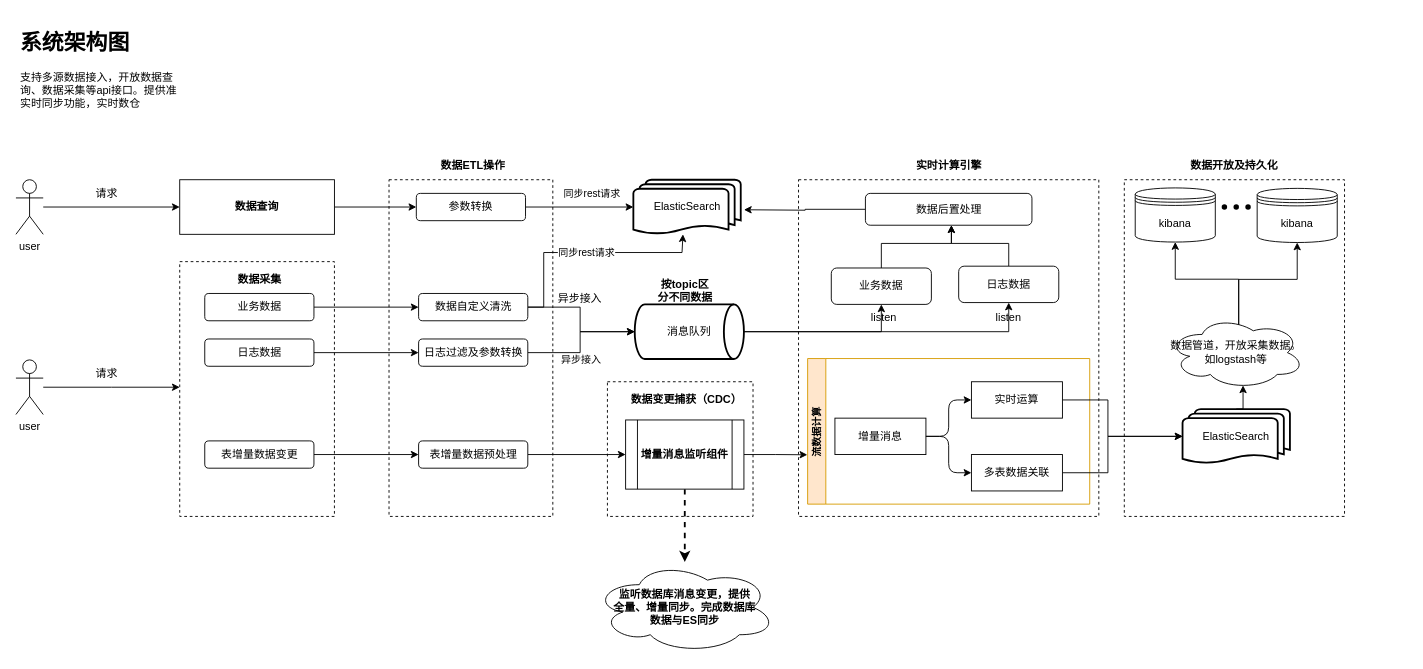
The draw.io diagram 绘图文件/cims-elasticSearch全流程.drawio in NjuptMei/DrowIo, before the edit. Source tidied: cells renumbered, new cells numbered last; positions are measured from the earlier drawing's top-left corner, leaving out a move shared by most shapes. Both pictures are drawn from the tidied source at 91%, with x=0, y=0 at pixel (15, 25).
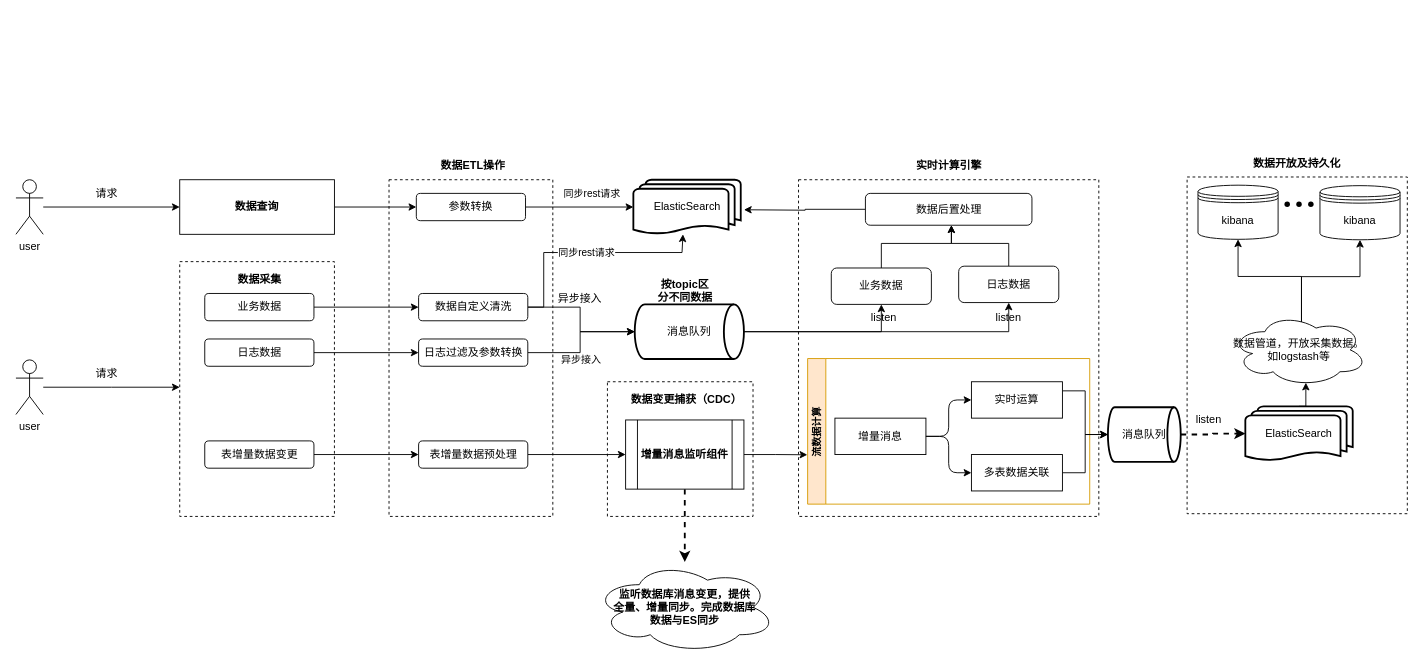
The same page after the edit.

Commit message (it also covers changes not shown here):
更新cims-elasticSearch全流程.drawio

The change refers to these unchanged cells:
```xml
<mxCell id="56" value="实时运算" style="whiteSpace=wrap;html=1;" parent="1" vertex="1">
  <mxGeometry x="1050" y="392" width="100" height="40" as="geometry" />
</mxCell>
<mxCell id="59" value="多表数据关联" style="whiteSpace=wrap;html=1;" parent="1" vertex="1">
  <mxGeometry x="1050" y="472" width="100" height="40" as="geometry" />
</mxCell>
```

Diff of the diagram source:
```diff
@@
     <mxCell id="2" style="rounded=0;whiteSpace=wrap;html=1;dashed=1;" parent="1" vertex="1">
-      <mxGeometry x="1218" y="170" width="242" height="370" as="geometry" />
+      <mxGeometry x="1287" y="167" width="242" height="370" as="geometry" />
     </mxCell>
@@
-    <mxCell id="55" style="edgeStyle=orthogonalEdgeStyle;rounded=0;jettySize=auto;html=1;exitX=1;exitY=0.5;exitDx=0;exitDy=0;entryX=0;entryY=0.5;entryDx=0;entryDy=0;entryPerimeter=0;" parent="1" edge="1" source="56" target="62">
-      <mxGeometry relative="1" as="geometry">
-        <Array as="points">
-          <mxPoint x="1200" y="412" />
-          <mxPoint x="1200" y="452" />
-        </Array>
-      </mxGeometry>
-    </mxCell>
+    <mxCell id="75" style="edgeStyle=orthogonalEdgeStyle;rounded=0;jettySize=auto;html=1;exitX=1;exitY=0.25;exitDx=0;exitDy=0;entryX=0;entryY=0.5;entryDx=0;entryDy=0;entryPerimeter=0;" parent="1" edge="1" source="56" target="78">
+      <mxGeometry relative="1" as="geometry" />
+    </mxCell>
@@
-    <mxCell id="58" style="edgeStyle=orthogonalEdgeStyle;rounded=0;jettySize=auto;html=1;exitX=1;exitY=0.5;exitDx=0;exitDy=0;entryX=0;entryY=0.5;entryDx=0;entryDy=0;entryPerimeter=0;" parent="1" edge="1" source="59" target="62">
-      <mxGeometry relative="1" as="geometry">
-        <Array as="points">
-          <mxPoint x="1200" y="492" />
-          <mxPoint x="1200" y="452" />
-        </Array>
-      </mxGeometry>
-    </mxCell>
+    <mxCell id="76" style="edgeStyle=orthogonalEdgeStyle;rounded=0;jettySize=auto;html=1;exitX=1;exitY=0.5;exitDx=0;exitDy=0;entryX=0;entryY=0.5;entryDx=0;entryDy=0;entryPerimeter=0;" parent="1" edge="1" source="59" target="78">
+      <mxGeometry relative="1" as="geometry" />
+    </mxCell>
@@
     <mxCell id="62" value="ElasticSearch" style="strokeWidth=2;html=1;shape=mxgraph.flowchart.multi-document;whiteSpace=wrap;" parent="1" vertex="1">
-      <mxGeometry x="1282" y="422" width="118" height="60" as="geometry" />
+      <mxGeometry x="1351" y="419" width="118" height="60" as="geometry" />
     </mxCell>
@@
     <mxCell id="65" value="数据管道，开放采集数据。如logstash等" style="ellipse;shape=cloud;whiteSpace=wrap;html=1;" parent="1" vertex="1">
-      <mxGeometry x="1266" y="320" width="150" height="80" as="geometry" />
+      <mxGeometry x="1335" y="317" width="150" height="80" as="geometry" />
     </mxCell>
     <mxCell id="66" value="kibana" style="shape=datastore;whiteSpace=wrap;html=1;" parent="1" vertex="1">
-      <mxGeometry x="1230" y="179" width="88" height="59.5" as="geometry" />
+      <mxGeometry x="1299" y="176" width="88" height="59.5" as="geometry" />
     </mxCell>
     <mxCell id="67" style="shape=waypoint;sketch=0;fillStyle=solid;size=6;fillColor=none;perimeter=centerPerimeter;" parent="1" vertex="1">
-      <mxGeometry x="1344" y="190" width="20" height="20" as="geometry" />
+      <mxGeometry x="1413" y="187" width="20" height="20" as="geometry" />
     </mxCell>
     <mxCell id="68" style="shape=waypoint;sketch=0;fillStyle=solid;size=6;fillColor=none;perimeter=centerPerimeter;" parent="1" vertex="1">
-      <mxGeometry x="1331" y="190" width="20" height="20" as="geometry" />
+      <mxGeometry x="1400" y="187" width="20" height="20" as="geometry" />
     </mxCell>
     <mxCell id="69" style="shape=waypoint;sketch=0;fillStyle=solid;size=6;fillColor=none;perimeter=centerPerimeter;" parent="1" vertex="1">
-      <mxGeometry x="1318" y="190" width="20" height="20" as="geometry" />
+      <mxGeometry x="1387" y="187" width="20" height="20" as="geometry" />
     </mxCell>
     <mxCell id="70" value="kibana" style="shape=datastore;whiteSpace=wrap;html=1;" parent="1" vertex="1">
-      <mxGeometry x="1364" y="179.5" width="88" height="59.5" as="geometry" />
+      <mxGeometry x="1433" y="176.5" width="88" height="59.5" as="geometry" />
     </mxCell>
     <mxCell id="71" value="&lt;p id=&quot;20230417003337-ht1p8pf&quot;&gt;数据开放及持久化&lt;/p&gt;" style="text;html=1;strokeColor=none;fillColor=none;align=center;verticalAlign=middle;whiteSpace=wrap;rounded=0;fontStyle=1;" parent="1" vertex="1">
-      <mxGeometry x="1284" y="140" width="110" height="30" as="geometry" />
+      <mxGeometry x="1353" y="137" width="110" height="30" as="geometry" />
     </mxCell>
@@
-    <mxCell id="74" value="&lt;h1&gt;系统架构图&lt;/h1&gt;&lt;p&gt;支持多源数据接入，开放数据查询、数据采集等api接口。提供准实时同步功能，实时数仓&lt;/p&gt;" style="text;html=1;strokeColor=none;fillColor=none;spacing=5;spacingTop=-20;whiteSpace=wrap;overflow=hidden;rounded=0;" parent="1" vertex="1">
-      <mxGeometry width="190" height="120" as="geometry" />
-    </mxCell>
+    <mxCell id="77" style="edgeStyle=orthogonalEdgeStyle;rounded=0;jettySize=auto;html=1;exitX=1;exitY=0.5;exitDx=0;exitDy=0;exitPerimeter=0;entryX=0;entryY=0.5;entryDx=0;entryDy=0;entryPerimeter=0;dashed=1;strokeWidth=2;" parent="1" edge="1" source="78" target="62">
+      <mxGeometry relative="1" as="geometry" />
+    </mxCell>
+    <mxCell id="78" value="消息队列" style="strokeWidth=2;html=1;shape=mxgraph.flowchart.direct_data;whiteSpace=wrap;" parent="1" vertex="1">
+      <mxGeometry x="1200" y="420" width="80" height="60" as="geometry" />
+    </mxCell>
+    <mxCell id="79" value="listen" style="text;html=1;strokeColor=none;fillColor=none;align=center;verticalAlign=middle;whiteSpace=wrap;rounded=0;" parent="1" vertex="1">
+      <mxGeometry x="1281" y="419" width="60" height="30" as="geometry" />
+    </mxCell>
```
